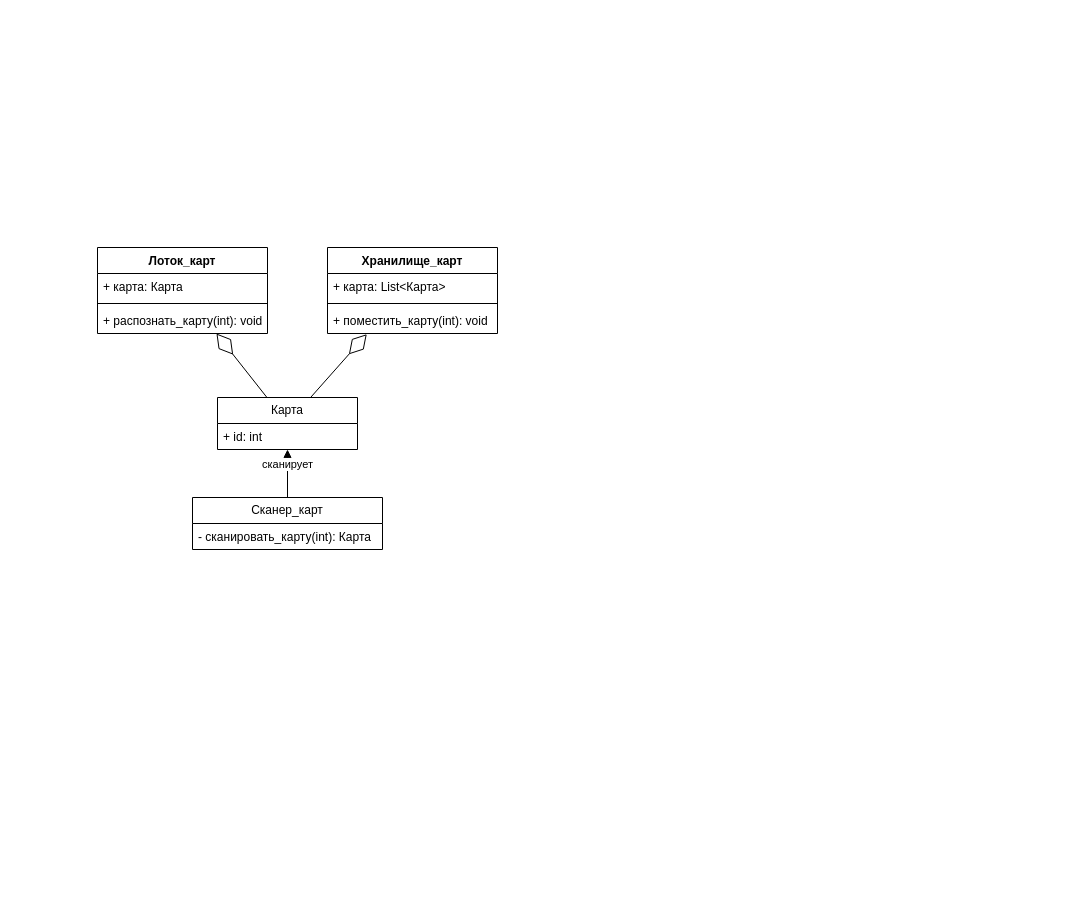
KvoERR/pnrpu-3rd-year keeps this draw.io diagram as папс/Банкомат/Понятия.drawio. Above is the earlier version. Source tidied: cells renumbered, new cells numbered last; positions are measured from the earlier drawing's top-left corner, leaving out a move shared by most shapes. Both pictures are drawn from the tidied source at 100%, with x=0, y=0 at pixel (97, 247).
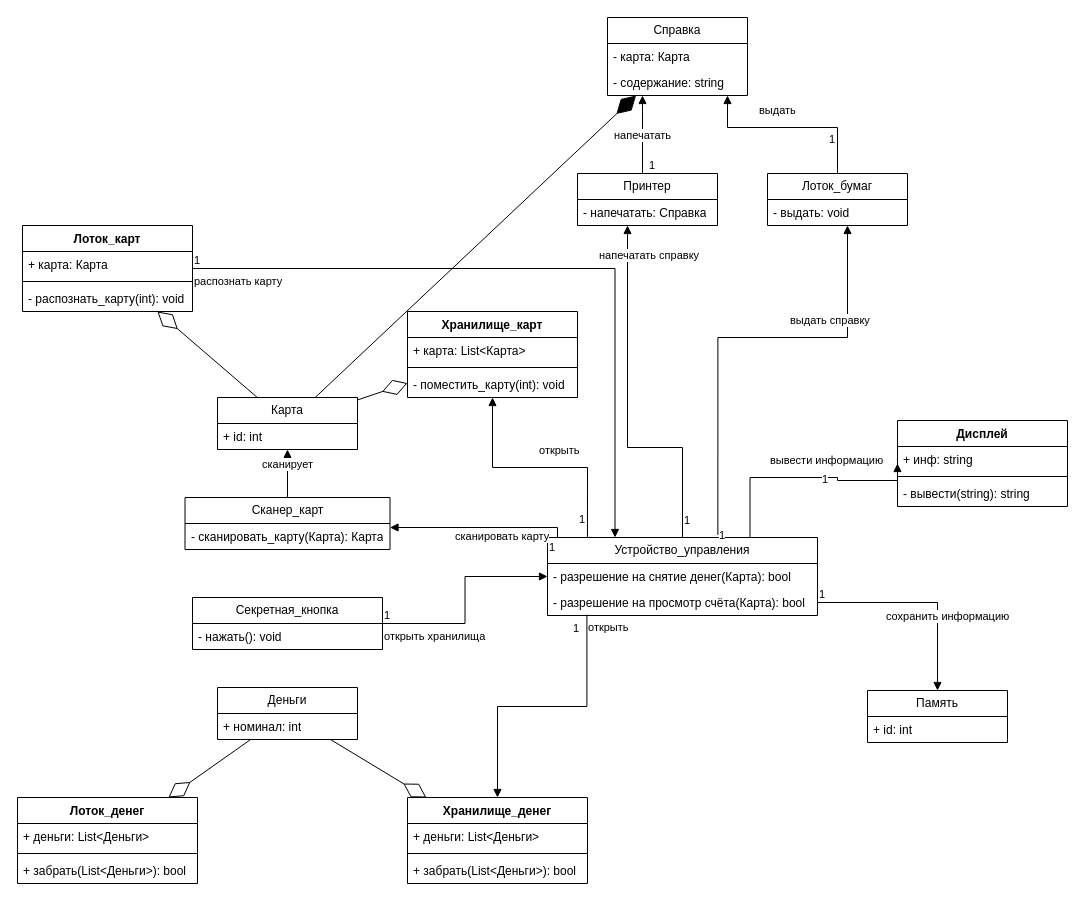
After the change.

Commit message:
папс понятия

The change refers to these unchanged cells:
```xml
<mxCell id="6" value="Карта" style="swimlane;fontStyle=0;horizontal=1;startSize=26;fillColor=none;whiteSpace=wrap;html=1;" parent="1" vertex="1">
  <mxGeometry x="120" y="150" width="140" height="52" as="geometry" />
</mxCell>
```

The edit, as a diff of the source:
```diff
@@
     <mxCell id="2" value="Лоток_карт" style="swimlane;fontStyle=1;align=center;verticalAlign=top;horizontal=1;startSize=26;whiteSpace=wrap;html=1;" parent="1" vertex="1">
-      <mxGeometry width="170" height="86" as="geometry" />
+      <mxGeometry x="-75" y="-22" width="170" height="86" as="geometry" />
     </mxCell>
@@
-    <mxCell id="5" value="+ распознать_карту(int): void" style="text;strokeColor=none;fillColor=none;align=left;verticalAlign=top;spacingLeft=4;spacingRight=4;overflow=hidden;whiteSpace=wrap;html=1;" parent="2" vertex="1">
+    <mxCell id="5" value="- распознать_карту(int): void" style="text;strokeColor=none;fillColor=none;align=left;verticalAlign=top;spacingLeft=4;spacingRight=4;overflow=hidden;whiteSpace=wrap;html=1;" parent="2" vertex="1">
       <mxGeometry y="60" width="170" height="26" as="geometry" />
     </mxCell>
@@
     <mxCell id="9" value="Хранилище_карт" style="swimlane;fontStyle=1;align=center;verticalAlign=top;horizontal=1;startSize=26;whiteSpace=wrap;html=1;" parent="1" vertex="1">
-      <mxGeometry x="230" width="170" height="86" as="geometry" />
+      <mxGeometry x="310" y="64" width="170" height="86" as="geometry" />
     </mxCell>
@@
-    <mxCell id="12" value="+ поместить_карту(int): void" style="text;strokeColor=none;fillColor=none;align=left;verticalAlign=top;spacingLeft=4;spacingRight=4;overflow=hidden;points=[[0,0.5],[1,0.5]];portConstraint=eastwest;whiteSpace=wrap;html=1;" parent="9" vertex="1">
+    <mxCell id="12" value="- поместить_карту(int): void" style="text;strokeColor=none;fillColor=none;align=left;verticalAlign=top;spacingLeft=4;spacingRight=4;overflow=hidden;points=[[0,0.5],[1,0.5]];portConstraint=eastwest;whiteSpace=wrap;html=1;" parent="9" vertex="1">
       <mxGeometry y="60" width="170" height="26" as="geometry" />
     </mxCell>
-    <mxCell id="13" style="endArrow=diamondThin;endFill=0;endSize=24;html=1;rounded=0;entryX=0.231;entryY=1.026;entryDx=0;entryDy=0;entryPerimeter=0;" parent="1" edge="1" source="6" target="12">
+    <mxCell id="13" style="endArrow=diamondThin;endFill=0;endSize=24;html=1;rounded=0;" parent="1" edge="1" source="6" target="9">
       <mxGeometry relative="1" as="geometry" />
     </mxCell>
     <mxCell id="14" value="Сканер_карт" style="swimlane;fontStyle=0;horizontal=1;startSize=26;fillColor=none;whiteSpace=wrap;html=1;" parent="1" vertex="1">
-      <mxGeometry x="95" y="250" width="190" height="52" as="geometry" />
+      <mxGeometry x="87.5" y="250" width="205" height="52" as="geometry" />
     </mxCell>
-    <mxCell id="15" value="- сканировать_карту(int): Карта" style="text;strokeColor=none;fillColor=none;align=left;verticalAlign=top;spacingLeft=4;spacingRight=4;overflow=hidden;whiteSpace=wrap;html=1;" parent="14" vertex="1">
-      <mxGeometry y="26" width="190" height="26" as="geometry" />
+    <mxCell id="15" value="- сканировать_карту(Карта): Карта" style="text;strokeColor=none;fillColor=none;align=left;verticalAlign=top;spacingLeft=4;spacingRight=4;overflow=hidden;whiteSpace=wrap;html=1;" parent="14" vertex="1">
+      <mxGeometry y="26" width="205" height="26" as="geometry" />
     </mxCell>
@@
+    <mxCell id="17" value="Секретная_кнопка" style="swimlane;fontStyle=0;horizontal=1;startSize=26;fillColor=none;whiteSpace=wrap;html=1;" parent="1" vertex="1">
+      <mxGeometry x="95" y="350" width="190" height="52" as="geometry" />
+    </mxCell>
+    <mxCell id="18" value="- нажать(): void" style="text;strokeColor=none;fillColor=none;align=left;verticalAlign=top;spacingLeft=4;spacingRight=4;overflow=hidden;whiteSpace=wrap;html=1;" parent="17" vertex="1">
+      <mxGeometry y="26" width="190" height="26" as="geometry" />
+    </mxCell>
+    <mxCell id="19" value="Деньги" style="swimlane;fontStyle=0;horizontal=1;startSize=26;fillColor=none;whiteSpace=wrap;html=1;" parent="1" vertex="1">
+      <mxGeometry x="120" y="440" width="140" height="52" as="geometry" />
+    </mxCell>
+    <mxCell id="20" value="+ номинал: int" style="text;strokeColor=none;fillColor=none;align=left;verticalAlign=top;spacingLeft=4;spacingRight=4;overflow=hidden;whiteSpace=wrap;html=1;" parent="19" vertex="1">
+      <mxGeometry y="26" width="140" height="26" as="geometry" />
+    </mxCell>
+    <mxCell id="21" value="Лоток_денег" style="swimlane;fontStyle=1;align=center;verticalAlign=top;horizontal=1;startSize=26;whiteSpace=wrap;html=1;" parent="1" vertex="1">
+      <mxGeometry x="-80" y="550" width="180" height="86" as="geometry" />
+    </mxCell>
+    <mxCell id="22" value="+ деньги: List&amp;lt;Деньги&amp;gt;" style="text;strokeColor=none;fillColor=none;align=left;verticalAlign=top;spacingLeft=4;spacingRight=4;overflow=hidden;whiteSpace=wrap;html=1;" parent="21" vertex="1">
+      <mxGeometry y="26" width="180" height="26" as="geometry" />
+    </mxCell>
+    <mxCell id="23" style="line;strokeWidth=1;fillColor=none;align=left;verticalAlign=middle;spacingTop=-1;spacingLeft=3;spacingRight=3;labelPosition=right;strokeColor=inherit;" parent="21" vertex="1">
+      <mxGeometry y="52" width="180" height="8" as="geometry" />
+    </mxCell>
+    <mxCell id="24" value="+ забрать(List&amp;lt;Деньги&amp;gt;): bool" style="text;strokeColor=none;fillColor=none;align=left;verticalAlign=top;spacingLeft=4;spacingRight=4;overflow=hidden;whiteSpace=wrap;html=1;" parent="21" vertex="1">
+      <mxGeometry y="60" width="180" height="26" as="geometry" />
+    </mxCell>
+    <mxCell id="25" value="Хранилище_денег" style="swimlane;fontStyle=1;align=center;verticalAlign=top;horizontal=1;startSize=26;whiteSpace=wrap;html=1;" parent="1" vertex="1">
+      <mxGeometry x="310" y="550" width="180" height="86" as="geometry" />
+    </mxCell>
+    <mxCell id="26" value="+ деньги: List&amp;lt;Деньги&amp;gt;" style="text;strokeColor=none;fillColor=none;align=left;verticalAlign=top;spacingLeft=4;spacingRight=4;overflow=hidden;whiteSpace=wrap;html=1;" parent="25" vertex="1">
+      <mxGeometry y="26" width="180" height="26" as="geometry" />
+    </mxCell>
+    <mxCell id="27" style="line;strokeWidth=1;fillColor=none;align=left;verticalAlign=middle;spacingTop=-1;spacingLeft=3;spacingRight=3;labelPosition=right;strokeColor=inherit;" parent="25" vertex="1">
+      <mxGeometry y="52" width="180" height="8" as="geometry" />
+    </mxCell>
+    <mxCell id="28" value="+ забрать(List&amp;lt;Деньги&amp;gt;): bool" style="text;strokeColor=none;fillColor=none;align=left;verticalAlign=top;spacingLeft=4;spacingRight=4;overflow=hidden;whiteSpace=wrap;html=1;" parent="25" vertex="1">
+      <mxGeometry y="60" width="180" height="26" as="geometry" />
+    </mxCell>
+    <mxCell id="29" value="Дисплей" style="swimlane;fontStyle=1;align=center;verticalAlign=top;horizontal=1;startSize=26;whiteSpace=wrap;html=1;" parent="1" vertex="1">
+      <mxGeometry x="800" y="173" width="170" height="86" as="geometry" />
+    </mxCell>
+    <mxCell id="30" value="+ инф: string" style="text;strokeColor=none;fillColor=none;align=left;verticalAlign=top;spacingLeft=4;spacingRight=4;overflow=hidden;whiteSpace=wrap;html=1;" parent="29" vertex="1">
+      <mxGeometry y="26" width="170" height="26" as="geometry" />
+    </mxCell>
+    <mxCell id="31" style="line;strokeWidth=1;fillColor=none;align=left;verticalAlign=middle;spacingTop=-1;spacingLeft=3;spacingRight=3;labelPosition=right;strokeColor=inherit;" parent="29" vertex="1">
+      <mxGeometry y="52" width="170" height="8" as="geometry" />
+    </mxCell>
+    <mxCell id="32" value="- вывести(string): string" style="text;strokeColor=none;fillColor=none;align=left;verticalAlign=top;spacingLeft=4;spacingRight=4;overflow=hidden;whiteSpace=wrap;html=1;" parent="29" vertex="1">
+      <mxGeometry y="60" width="170" height="26" as="geometry" />
+    </mxCell>
+    <mxCell id="33" value="Память" style="swimlane;fontStyle=0;horizontal=1;startSize=26;fillColor=none;whiteSpace=wrap;html=1;" parent="1" vertex="1">
+      <mxGeometry x="770" y="443" width="140" height="52" as="geometry" />
+    </mxCell>
+    <mxCell id="34" value="+ id: int" style="text;strokeColor=none;fillColor=none;align=left;verticalAlign=top;spacingLeft=4;spacingRight=4;overflow=hidden;whiteSpace=wrap;html=1;" parent="33" vertex="1">
+      <mxGeometry y="26" width="140" height="26" as="geometry" />
+    </mxCell>
+    <mxCell id="35" value="Принтер" style="swimlane;fontStyle=0;horizontal=1;startSize=26;fillColor=none;whiteSpace=wrap;html=1;" parent="1" vertex="1">
+      <mxGeometry x="480" y="-74" width="140" height="52" as="geometry" />
+    </mxCell>
+    <mxCell id="36" value="- напечатать: Справка" style="text;strokeColor=none;fillColor=none;align=left;verticalAlign=top;spacingLeft=4;spacingRight=4;overflow=hidden;whiteSpace=wrap;html=1;" parent="35" vertex="1">
+      <mxGeometry y="26" width="140" height="26" as="geometry" />
+    </mxCell>
+    <mxCell id="37" value="Лоток_бумаг" style="swimlane;fontStyle=0;horizontal=1;startSize=26;fillColor=none;whiteSpace=wrap;html=1;" parent="1" vertex="1">
+      <mxGeometry x="670" y="-74" width="140" height="52" as="geometry" />
+    </mxCell>
+    <mxCell id="38" value="- выдать: void" style="text;strokeColor=none;fillColor=none;align=left;verticalAlign=top;spacingLeft=4;spacingRight=4;overflow=hidden;whiteSpace=wrap;html=1;" parent="37" vertex="1">
+      <mxGeometry y="26" width="140" height="26" as="geometry" />
+    </mxCell>
+    <mxCell id="39" value="Справка" style="swimlane;fontStyle=0;horizontal=1;startSize=26;fillColor=none;whiteSpace=wrap;html=1;" parent="1" vertex="1">
+      <mxGeometry x="510" y="-230" width="140" height="78" as="geometry" />
+    </mxCell>
+    <mxCell id="40" value="- карта: Карта" style="text;strokeColor=none;fillColor=none;align=left;verticalAlign=top;spacingLeft=4;spacingRight=4;overflow=hidden;whiteSpace=wrap;html=1;" parent="39" vertex="1">
+      <mxGeometry y="26" width="140" height="26" as="geometry" />
+    </mxCell>
+    <mxCell id="41" value="- содержание: string" style="text;strokeColor=none;fillColor=none;align=left;verticalAlign=top;spacingLeft=4;spacingRight=4;overflow=hidden;points=[[0,0.5],[1,0.5]];portConstraint=eastwest;whiteSpace=wrap;html=1;" parent="39" vertex="1">
+      <mxGeometry y="52" width="140" height="26" as="geometry" />
+    </mxCell>
+    <mxCell id="42" value="Устройство_управления" style="swimlane;fontStyle=0;horizontal=1;startSize=26;fillColor=none;whiteSpace=wrap;html=1;" parent="1" vertex="1">
+      <mxGeometry x="450" y="290" width="270" height="78" as="geometry" />
+    </mxCell>
+    <mxCell id="43" value="- разрешение на снятие денег(Карта): bool" style="text;strokeColor=none;fillColor=none;align=left;verticalAlign=top;spacingLeft=4;spacingRight=4;overflow=hidden;whiteSpace=wrap;html=1;" parent="42" vertex="1">
+      <mxGeometry y="26" width="270" height="26" as="geometry" />
+    </mxCell>
+    <mxCell id="44" value="- разрешение на просмотр счёта(Карта): bool" style="text;strokeColor=none;fillColor=none;align=left;verticalAlign=top;spacingLeft=4;spacingRight=4;overflow=hidden;points=[[0,0.5],[1,0.5]];portConstraint=eastwest;whiteSpace=wrap;html=1;" parent="42" vertex="1">
+      <mxGeometry y="52" width="270" height="26" as="geometry" />
+    </mxCell>
+    <mxCell id="45" value="распознать карту" style="endArrow=block;endFill=1;html=1;edgeStyle=orthogonalEdgeStyle;align=left;verticalAlign=top;rounded=0;entryX=0.25;entryY=0;entryDx=0;entryDy=0;" parent="1" edge="1" source="2" target="42">
+      <mxGeometry x="-1" relative="1" as="geometry" />
+    </mxCell>
+    <mxCell id="46" value="1" style="edgeLabel;html=1;align=left;verticalAlign=bottom;" parent="45" vertex="1">
+      <mxGeometry x="-1" relative="1" as="geometry" />
+    </mxCell>
+    <mxCell id="47" value="сканировать карту" style="endArrow=block;endFill=1;html=1;edgeStyle=orthogonalEdgeStyle;align=left;verticalAlign=top;rounded=0;" parent="1" edge="1" source="42" target="14">
+      <mxGeometry x="0.28" y="-4" relative="1" as="geometry">
+        <Array as="points">
+          <mxPoint x="460" y="280" />
+        </Array>
+      </mxGeometry>
+    </mxCell>
+    <mxCell id="48" value="1" style="edgeLabel;html=1;align=left;verticalAlign=bottom;" parent="47" vertex="1">
+      <mxGeometry x="-1" relative="1" as="geometry">
+        <mxPoint x="-10" y="18" as="offset" />
+      </mxGeometry>
+    </mxCell>
+    <mxCell id="49" value="вывести информацию" style="endArrow=block;endFill=1;html=1;edgeStyle=orthogonalEdgeStyle;align=left;verticalAlign=top;rounded=0;entryX=0;entryY=0.5;entryDx=0;entryDy=0;exitX=0.75;exitY=0;exitDx=0;exitDy=0;" parent="1" edge="1" source="42" target="29">
+      <mxGeometry x="-0.32" y="30" relative="1" as="geometry">
+        <Array as="points">
+          <mxPoint x="652.5" y="230" />
+          <mxPoint x="740" y="230" />
+          <mxPoint x="740" y="233" />
+        </Array>
+        <mxPoint x="1" as="offset" />
+      </mxGeometry>
+    </mxCell>
+    <mxCell id="50" value="1" style="edgeLabel;html=1;align=left;verticalAlign=bottom;" parent="49" vertex="1">
+      <mxGeometry x="-1" relative="1" as="geometry">
+        <mxPoint x="70" y="-50" as="offset" />
+      </mxGeometry>
+    </mxCell>
+    <mxCell id="51" value="сохранить информацию" style="endArrow=block;endFill=1;html=1;edgeStyle=orthogonalEdgeStyle;align=left;verticalAlign=top;rounded=0;exitX=1;exitY=0.5;exitDx=0;exitDy=0;" parent="1" edge="1" source="44" target="33">
+      <mxGeometry x="-0.36" y="-1" relative="1" as="geometry" />
+    </mxCell>
+    <mxCell id="52" value="1" style="edgeLabel;html=1;align=left;verticalAlign=bottom;" parent="51" vertex="1">
+      <mxGeometry x="-1" relative="1" as="geometry" />
+    </mxCell>
+    <mxCell id="53" style="endArrow=diamondThin;endFill=0;endSize=24;html=1;rounded=0;" parent="1" edge="1" source="19" target="21">
+      <mxGeometry relative="1" as="geometry" />
+    </mxCell>
+    <mxCell id="54" style="endArrow=diamondThin;endFill=0;endSize=24;html=1;rounded=0;" parent="1" edge="1" source="19" target="25">
+      <mxGeometry relative="1" as="geometry" />
+    </mxCell>
+    <mxCell id="55" value="открыть хранилища" style="endArrow=block;endFill=1;html=1;edgeStyle=orthogonalEdgeStyle;align=left;verticalAlign=top;rounded=0;" parent="1" edge="1" source="17" target="42">
+      <mxGeometry x="-1" relative="1" as="geometry" />
+    </mxCell>
+    <mxCell id="56" value="1" style="edgeLabel;html=1;align=left;verticalAlign=bottom;" parent="55" vertex="1">
+      <mxGeometry x="-1" relative="1" as="geometry" />
+    </mxCell>
+    <mxCell id="57" value="открыть" style="endArrow=block;endFill=1;html=1;edgeStyle=orthogonalEdgeStyle;align=left;verticalAlign=top;rounded=0;exitX=0.146;exitY=0.966;exitDx=0;exitDy=0;exitPerimeter=0;" parent="1" edge="1" source="44" target="25">
+      <mxGeometry x="-1" relative="1" as="geometry" />
+    </mxCell>
+    <mxCell id="58" value="1" style="edgeLabel;html=1;align=left;verticalAlign=bottom;" parent="57" vertex="1">
+      <mxGeometry x="-1" relative="1" as="geometry">
+        <mxPoint x="-15" y="22" as="offset" />
+      </mxGeometry>
+    </mxCell>
+    <mxCell id="59" value="открыть" style="endArrow=block;endFill=1;html=1;edgeStyle=orthogonalEdgeStyle;align=left;verticalAlign=top;rounded=0;exitX=0.148;exitY=0;exitDx=0;exitDy=0;exitPerimeter=0;" parent="1" edge="1" source="42" target="9">
+      <mxGeometry x="0.02" y="-30" relative="1" as="geometry" />
+    </mxCell>
+    <mxCell id="60" value="1" style="edgeLabel;html=1;align=left;verticalAlign=bottom;" parent="59" vertex="1">
+      <mxGeometry x="-1" relative="1" as="geometry">
+        <mxPoint x="-10" y="-10" as="offset" />
+      </mxGeometry>
+    </mxCell>
+    <mxCell id="61" value="напечатать справку" style="endArrow=block;endFill=1;html=1;edgeStyle=orthogonalEdgeStyle;align=left;verticalAlign=top;rounded=0;exitX=0.5;exitY=0;exitDx=0;exitDy=0;" parent="1" edge="1" source="42" target="35">
+      <mxGeometry x="0.91" y="30" relative="1" as="geometry">
+        <Array as="points">
+          <mxPoint x="585" y="200" />
+          <mxPoint x="530" y="200" />
+        </Array>
+      </mxGeometry>
+    </mxCell>
+    <mxCell id="62" value="1" style="edgeLabel;html=1;align=left;verticalAlign=bottom;" parent="61" vertex="1">
+      <mxGeometry x="-0.63" relative="1" as="geometry">
+        <mxPoint y="59" as="offset" />
+      </mxGeometry>
+    </mxCell>
+    <mxCell id="63" style="endArrow=diamondThin;endFill=1;endSize=24;html=1;rounded=0;" parent="1" edge="1" source="6" target="39">
+      <mxGeometry relative="1" as="geometry" />
+    </mxCell>
+    <mxCell id="64" value="выдать справку" style="endArrow=block;endFill=1;html=1;edgeStyle=orthogonalEdgeStyle;align=left;verticalAlign=top;rounded=0;exitX=0.631;exitY=-0.034;exitDx=0;exitDy=0;exitPerimeter=0;" parent="1" edge="1" source="42" target="37">
+      <mxGeometry x="0.22" y="30" relative="1" as="geometry">
+        <Array as="points">
+          <mxPoint x="620.4" y="90" />
+          <mxPoint x="750" y="90" />
+        </Array>
+      </mxGeometry>
+    </mxCell>
+    <mxCell id="65" value="1" style="edgeLabel;html=1;align=left;verticalAlign=bottom;" parent="64" vertex="1">
+      <mxGeometry x="-0.77" relative="1" as="geometry">
+        <mxPoint y="59" as="offset" />
+      </mxGeometry>
+    </mxCell>
+    <mxCell id="66" value="напечатать" style="endArrow=block;endFill=1;html=1;edgeStyle=orthogonalEdgeStyle;align=left;verticalAlign=top;rounded=0;exitX=0.5;exitY=0;exitDx=0;exitDy=0;" parent="1" edge="1" source="35" target="41">
+      <mxGeometry x="0.35" y="30" relative="1" as="geometry">
+        <Array as="points">
+          <mxPoint x="545" y="-74" />
+        </Array>
+      </mxGeometry>
+    </mxCell>
+    <mxCell id="67" value="1" style="edgeLabel;html=1;align=left;verticalAlign=bottom;" parent="66" vertex="1">
+      <mxGeometry x="-0.59" relative="1" as="geometry">
+        <mxPoint x="5" y="12" as="offset" />
+      </mxGeometry>
+    </mxCell>
+    <mxCell id="68" value="выдать" style="endArrow=block;endFill=1;html=1;edgeStyle=orthogonalEdgeStyle;align=left;verticalAlign=top;rounded=0;exitX=0.5;exitY=0;exitDx=0;exitDy=0;" parent="1" edge="1" source="37" target="41">
+      <mxGeometry x="0.34" y="-30" relative="1" as="geometry">
+        <Array as="points">
+          <mxPoint x="740" y="-120" />
+          <mxPoint x="630" y="-120" />
+        </Array>
+      </mxGeometry>
+    </mxCell>
+    <mxCell id="69" value="1" style="edgeLabel;html=1;align=left;verticalAlign=bottom;" parent="68" vertex="1">
+      <mxGeometry x="0.22" relative="1" as="geometry">
+        <mxPoint x="59" y="20" as="offset" />
+      </mxGeometry>
+    </mxCell>
```
